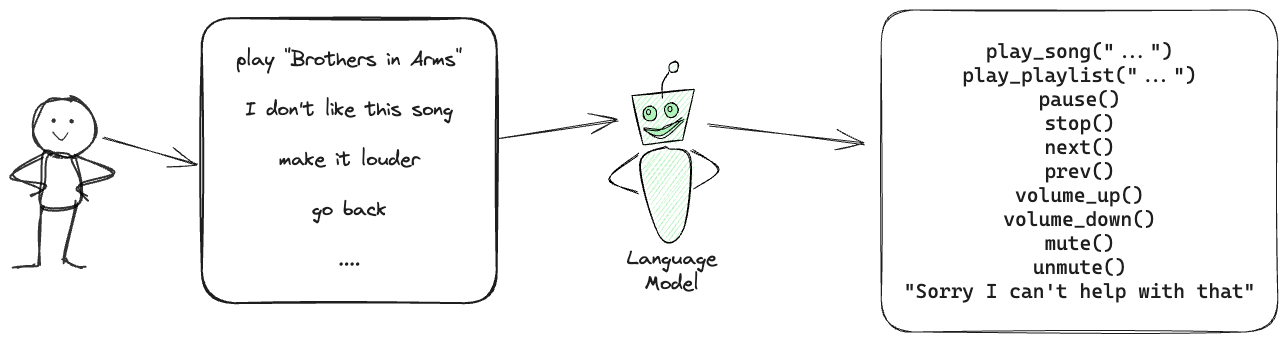
This is azuredevsummit-2025/graphics/music_controller_problem.excalidraw.png from filipw/filipw.github.io, a Excalidraw export, as it was before one commit. Source tidied: one line per element, renumbered; positions are measured from the earlier drawing's top-left corner, leaving out a move shared by most shapes.
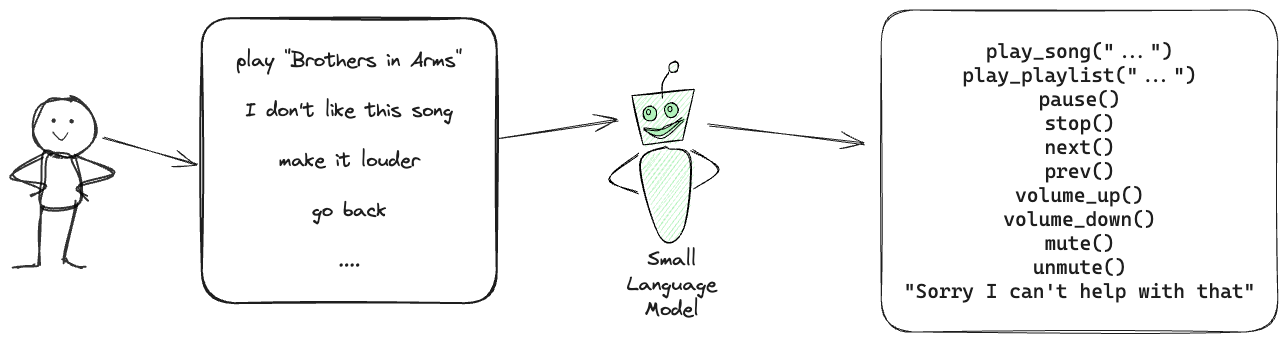
After the change.

Diff of the diagram source:
```diff
@@ -19,7 +19,7 @@
 {"id": 18, "type": "ellipse", "strokeColor": "#000000", "backgroundColor": "#b2f2bb", "fillStyle": "solid", "strokeWidth": 1, "roughness": 0, "x": 633, "y": 99, "width": 4, "height": 5}
 {"id": 19, "type": "ellipse", "strokeColor": "#000000", "backgroundColor": "#b2f2bb", "fillStyle": "solid", "strokeWidth": 1, "roughness": 1, "x": 651, "y": 93, "width": 13, "height": 15}
 {"id": 20, "type": "ellipse", "strokeColor": "#000000", "backgroundColor": "#b2f2bb", "fillStyle": "solid", "strokeWidth": 1, "roughness": 0, "x": 654, "y": 96, "width": 4, "height": 5}
-{"id": 21, "type": "text", "text": "Language\nModel", "strokeColor": "#1e1e1e", "backgroundColor": "#ffec99", "fillStyle": "solid", "strokeWidth": 2, "roughness": 1, "fontSize": 20, "fontFamily": 1, "textAlign": "center", "x": 613, "y": 237, "width": 90, "height": 50}
+{"id": 21, "type": "text", "text": "Small\nLanguage\nModel", "strokeColor": "#1e1e1e", "backgroundColor": "#ffec99", "fillStyle": "solid", "strokeWidth": 2, "roughness": 1, "fontSize": 20, "fontFamily": 1, "textAlign": "center", "x": 613, "y": 237, "width": 90, "height": 75}
 {"id": 22, "type": "arrow", "strokeColor": "#1e1e1e", "backgroundColor": "#ffec99", "fillStyle": "solid", "strokeWidth": 1, "roughness": 1, "endArrowhead": "arrow", "round": true, "from": 26, "x": 484, "y": 128, "width": 120, "height": 17, "points": [[0, 0], [120, -17]]}
 {"id": 23, "type": "rectangle", "strokeColor": "#1e1e1e", "strokeWidth": 1, "roughness": 1, "round": true, "x": 867, "y": 0, "width": 397, "height": 322}
 {"id": 24, "type": "text", "text": "\nplay_song(\"...\")\nplay_playlist(\"...\")\npause()\nstop()\nnext()\nprev()\nvolume_up()\nvolume_down()\nmute()\nunmute()\n\"Sorry I can't help with that\"\n", "strokeColor": "#1e1e1e", "strokeWidth": 2, "roughness": 1, "fontSize": 20, "fontFamily": 3, "textAlign": "center", "verticalAlign": "middle", "inside": 23, "x": 890, "y": 5, "width": 352, "height": 312}
```
